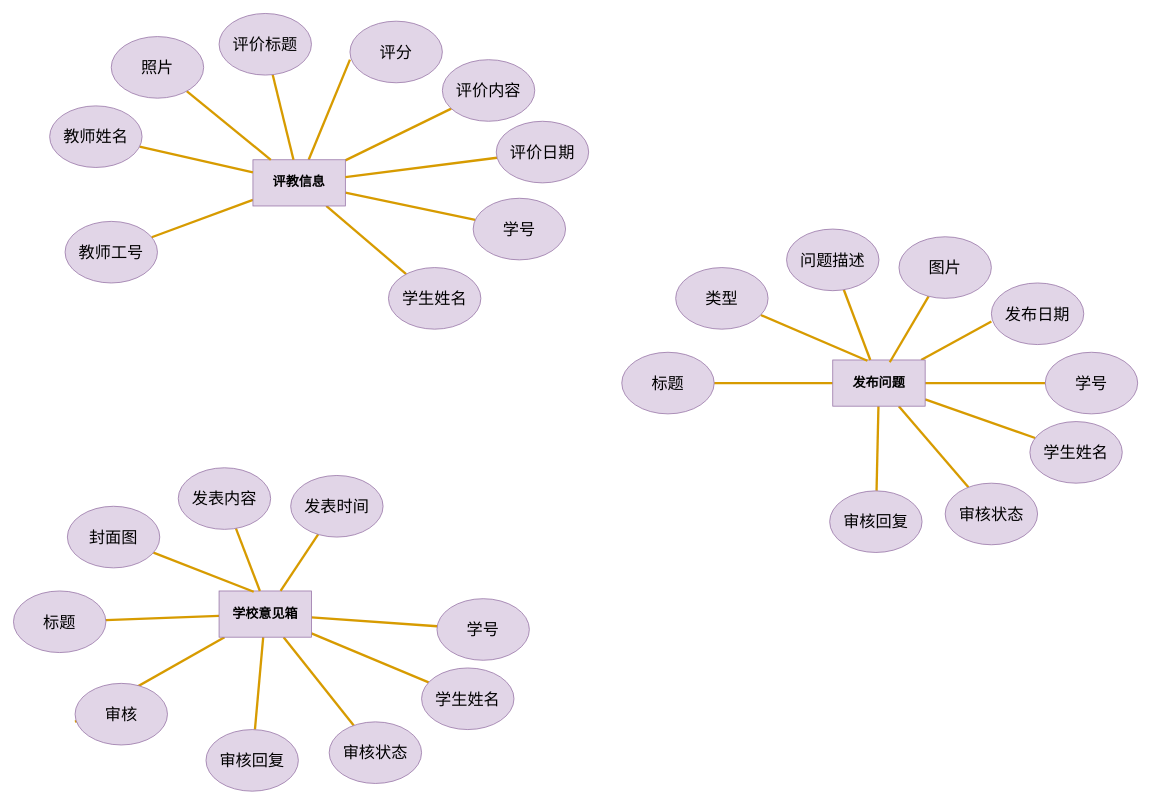
ov0-0vo/1 keeps this draw.io diagram as E-R模型图.drawio. Above is the earlier version. Source tidied: cells renumbered, new cells numbered last; positions are measured from the earlier drawing's top-left corner, leaving out a move shared by most shapes. Both pictures are drawn from the tidied source at 77%, with x=0, y=0 at pixel (13, 13).
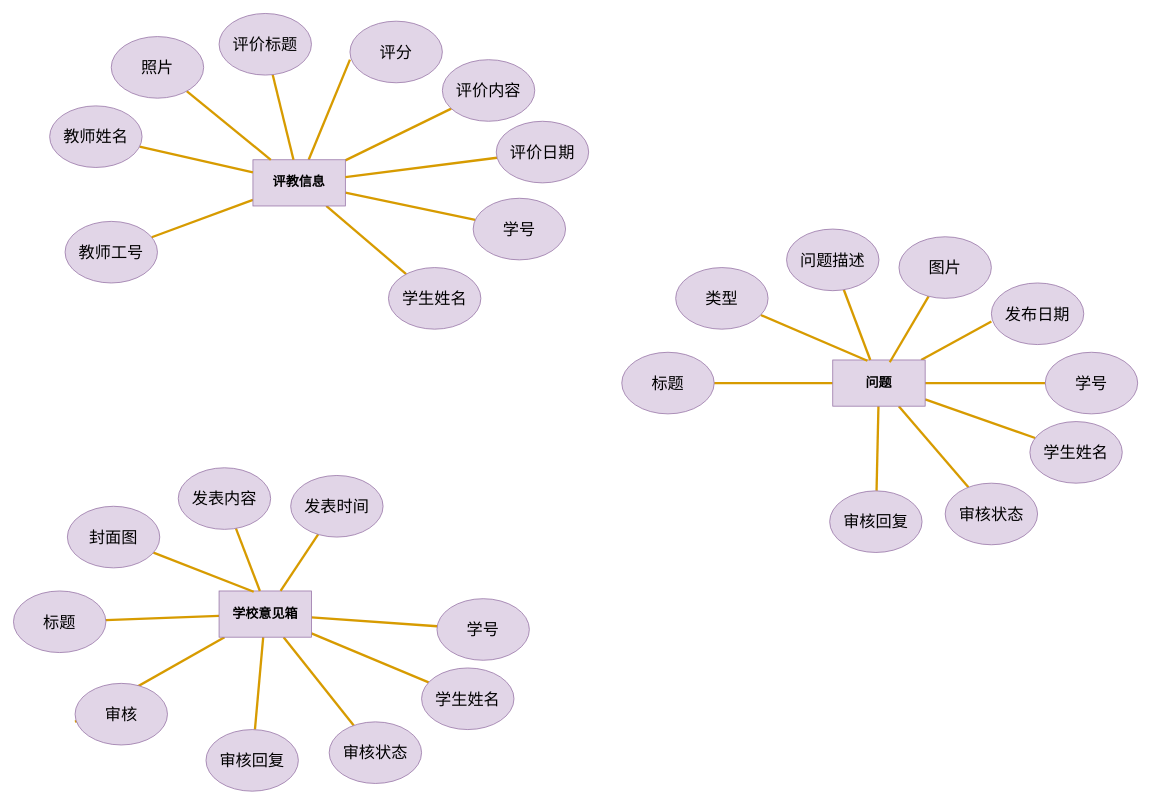
Above is the later version.

Commit message (it also covers changes not shown here):
更新E-R模型图.drawio

Diff of the diagram source:
```diff
@@
-    <mxCell id="27" value="发布问题" style="rounded=0;whiteSpace=wrap;html=1;fillColor=#e1d5e7;strokeColor=#9673a6;fontFamily=Times New Roman;fontStyle=1;fontSize=17;" parent="1" vertex="1">
+    <mxCell id="27" value="问题" style="rounded=0;whiteSpace=wrap;html=1;fillColor=#e1d5e7;strokeColor=#9673a6;fontFamily=Times New Roman;fontStyle=1;fontSize=17;" parent="1" vertex="1">
       <mxGeometry x="1064" y="450" width="120" height="60" as="geometry" />
     </mxCell>
```
